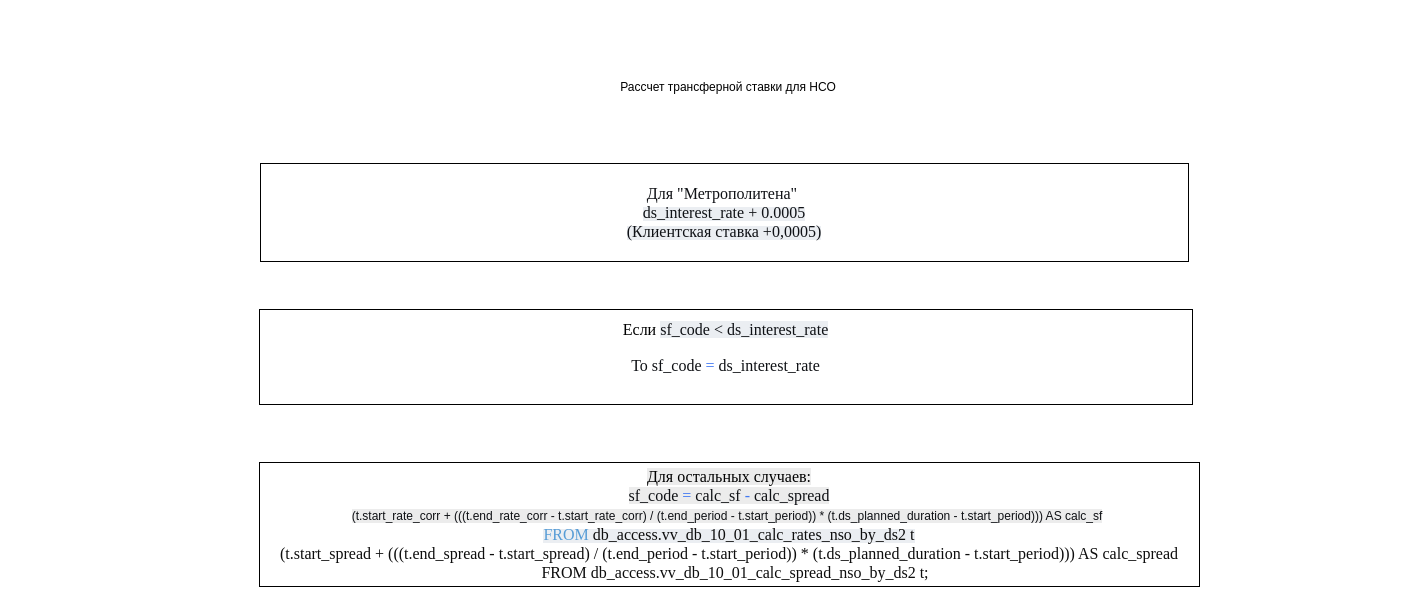
This is page "НСО" (2 of 3) of Диаграмма без названия.drawio from NATALYAAAAAAAA/potter, a draw.io file, before an edit. Source tidied: cells renumbered, new cells numbered last; positions are measured from the earlier drawing's top-left corner, leaving out a move shared by most shapes. Both pictures are drawn from the tidied source at 100%, with x=0, y=0 at pixel (259, 72).
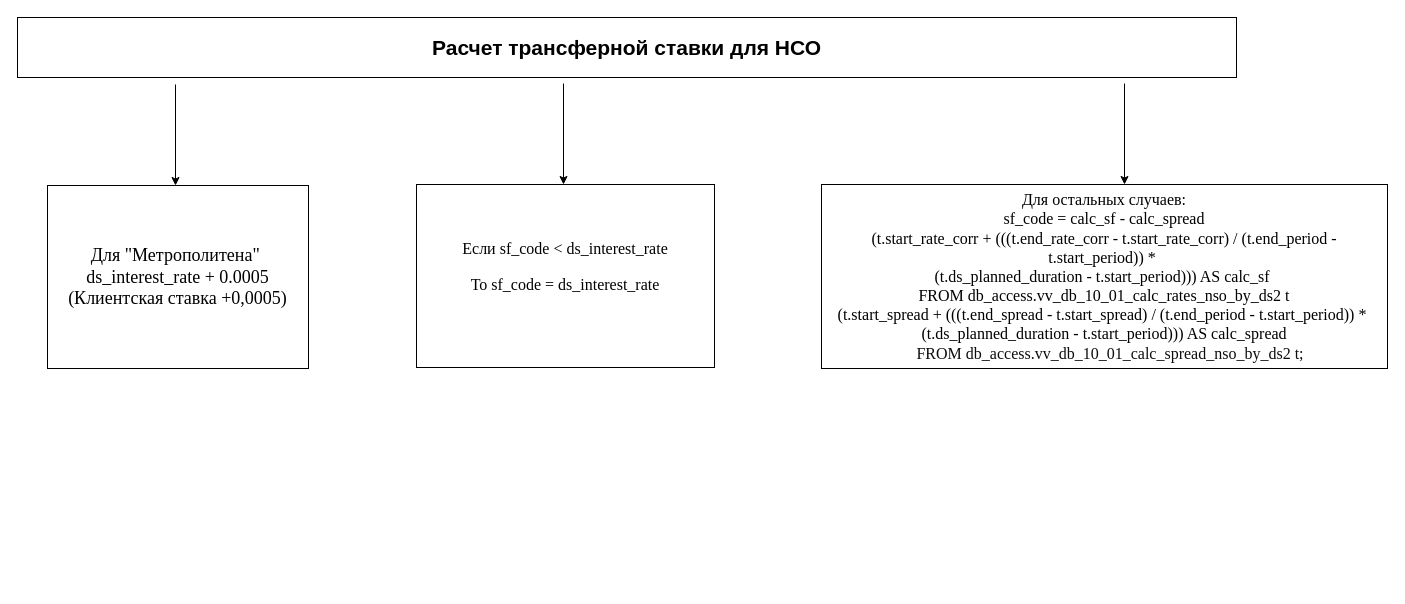
The same diagram, later.

Diff of the diagram source:
```diff
@@
 <mxGraphModel>
   <root>
     <mxCell id="0" />
     <mxCell id="1" parent="0" />
-    <mxCell id="2" value="&lt;span style=&quot;color: rgb(15, 17, 21); text-align: start; background-color: rgb(255, 255, 255);&quot;&gt;&lt;font style=&quot;font-size: 16px;&quot; face=&quot;Times New Roman&quot;&gt;Для &quot;Метрополитена&quot;&amp;nbsp;&lt;/font&gt;&lt;/span&gt;&lt;div&gt;&lt;span style=&quot;color: rgb(15, 17, 21); text-align: start; background-color: rgb(255, 255, 255);&quot;&gt;&lt;span style=&quot;background-color: rgb(235, 238, 242);&quot;&gt;&lt;font style=&quot;font-size: 16px;&quot; face=&quot;Times New Roman&quot;&gt;ds_interest_rate + 0.0005&lt;/font&gt;&lt;/span&gt;&lt;/span&gt;&lt;/div&gt;&lt;div&gt;&lt;span style=&quot;color: rgb(15, 17, 21); text-align: start; background-color: rgb(255, 255, 255);&quot;&gt;&lt;span style=&quot;background-color: rgb(235, 238, 242);&quot;&gt;&lt;font style=&quot;font-size: 16px;&quot; face=&quot;Times New Roman&quot;&gt;(Клиентская ставка +0,0005)&lt;/font&gt;&lt;/span&gt;&lt;/span&gt;&lt;/div&gt;" style="rounded=0;whiteSpace=wrap;html=1;" parent="1" vertex="1">
-      <mxGeometry x="1" y="91" width="928" height="98" as="geometry" />
+    <mxCell id="2" value="&lt;span style=&quot;text-align: start; background-color: light-dark(#ffffff, var(--ge-dark-color, #121212));&quot;&gt;&lt;font style=&quot;font-size: 18px;&quot; face=&quot;Times New Roman&quot;&gt;Для &quot;Метрополитена&quot;&amp;nbsp;&lt;/font&gt;&lt;/span&gt;&lt;div&gt;&lt;span style=&quot;text-align: start;&quot;&gt;&lt;span style=&quot;background-color: light-dark(#ffffff, var(--ge-dark-color, #121212));&quot;&gt;&lt;font style=&quot;font-size: 18px;&quot; face=&quot;Times New Roman&quot;&gt;ds_interest_rate + 0.0005&lt;/font&gt;&lt;/span&gt;&lt;/span&gt;&lt;/div&gt;&lt;div&gt;&lt;span style=&quot;text-align: start;&quot;&gt;&lt;span style=&quot;background-color: light-dark(#ffffff, var(--ge-dark-color, #121212));&quot;&gt;&lt;font style=&quot;font-size: 18px;&quot; face=&quot;Times New Roman&quot;&gt;(Клиентская ставка +0,0005)&lt;/font&gt;&lt;/span&gt;&lt;/span&gt;&lt;/div&gt;" style="rounded=0;whiteSpace=wrap;html=1;" parent="1" vertex="1">
+      <mxGeometry x="-212" y="113" width="261" height="183" as="geometry" />
     </mxCell>
-    <mxCell id="3" value="&lt;font style=&quot;font-size: 16px;&quot; face=&quot;Times New Roman&quot;&gt;Если&amp;nbsp;&lt;span style=&quot;color: rgb(15, 17, 21); background-color: rgb(235, 238, 242);&quot;&gt;sf_code &amp;lt; ds_interest_rate&lt;/span&gt;&lt;/font&gt;&lt;div&gt;&lt;div style=&quot;&quot;&gt;&lt;pre style=&quot;font-variant-numeric: normal; font-variant-east-asian: normal; font-variant-alternates: normal; font-size-adjust: none; font-language-override: normal; font-kerning: auto; font-optical-sizing: auto; font-feature-settings: normal; font-variation-settings: normal; font-variant-position: normal; font-variant-emoji: normal; font-stretch: normal; line-height: 22px; overflow: auto; text-wrap-mode: wrap; word-break: break-all; padding: 16px; color: rgb(15, 17, 21); margin: 0px !important;&quot;&gt;&lt;font style=&quot;font-size: 16px;&quot; face=&quot;Times New Roman&quot;&gt;То sf_code &lt;span class=&quot;token operator&quot; style=&quot;color: rgb(64, 120, 242);&quot;&gt;=&lt;/span&gt; ds_interest_rate&lt;/font&gt;&lt;/pre&gt;&lt;/div&gt;&lt;/div&gt;" style="rounded=0;whiteSpace=wrap;html=1;spacing=1;verticalAlign=middle;align=center;" parent="1" vertex="1">
-      <mxGeometry y="237" width="933" height="95" as="geometry" />
+    <mxCell id="3" value="&lt;font style=&quot;font-size: 16px; background-color: light-dark(#ffffff, var(--ge-dark-color, #121212));&quot; face=&quot;Times New Roman&quot;&gt;Если&amp;nbsp;&lt;span&gt;sf_code &amp;lt; ds_interest_rate&lt;/span&gt;&lt;/font&gt;&lt;div&gt;&lt;div style=&quot;&quot;&gt;&lt;pre style=&quot;font-variant-numeric: normal; font-variant-east-asian: normal; font-variant-alternates: normal; font-size-adjust: none; font-language-override: normal; font-kerning: auto; font-optical-sizing: auto; font-feature-settings: normal; font-variation-settings: normal; font-variant-position: normal; font-variant-emoji: normal; font-stretch: normal; line-height: 22px; overflow: auto; text-wrap-mode: wrap; word-break: break-all; padding: 16px; margin: 0px !important;&quot;&gt;&lt;font style=&quot;font-size: 16px; background-color: light-dark(#ffffff, var(--ge-dark-color, #121212));&quot; face=&quot;Times New Roman&quot;&gt;То sf_code &lt;span class=&quot;token operator&quot; style=&quot;&quot;&gt;=&lt;/span&gt; ds_interest_rate&lt;/font&gt;&lt;/pre&gt;&lt;/div&gt;&lt;/div&gt;" style="rounded=0;whiteSpace=wrap;html=1;spacing=1;verticalAlign=middle;align=center;" parent="1" vertex="1">
+      <mxGeometry x="157" y="112" width="298" height="183" as="geometry" />
     </mxCell>
-    <mxCell id="4" value="Рассчет трансферной ставки для НСО" style="text;html=1;whiteSpace=wrap;strokeColor=none;fillColor=none;align=center;verticalAlign=middle;rounded=0;" parent="1" vertex="1">
-      <mxGeometry x="300" width="338" height="30" as="geometry" />
-    </mxCell>
-    <mxCell id="5" value="&lt;span style=&quot;color: rgb(15, 17, 21); text-align: start; background-color: rgb(255, 255, 255);&quot;&gt;&lt;font face=&quot;Times New Roman&quot; style=&quot;color: rgb(0, 0, 0); text-align: center; background-color: rgb(236, 236, 236); font-size: 16px;&quot;&gt;Для остальных случаев:&lt;/font&gt;&lt;div style=&quot;color: rgb(0, 0, 0); text-align: center; background-color: rgb(236, 236, 236);&quot;&gt;&lt;/div&gt;&lt;span style=&quot;font-size: 16px; font-family: &amp;quot;Times New Roman&amp;quot;; background-color: rgb(236, 236, 236); color: light-dark(rgb(15, 17, 21), rgb(222, 223, 227)); text-align: center;&quot;&gt;sf_code &lt;/span&gt;&lt;span class=&quot;token operator&quot; style=&quot;font-size: 16px; font-family: &amp;quot;Times New Roman&amp;quot;; background-color: rgb(236, 236, 236); text-align: center; color: rgb(64, 120, 242);&quot;&gt;=&lt;/span&gt;&lt;span style=&quot;font-size: 16px; font-family: &amp;quot;Times New Roman&amp;quot;; background-color: rgb(236, 236, 236); color: light-dark(rgb(15, 17, 21), rgb(222, 223, 227)); text-align: center;&quot;&gt; calc_sf &lt;/span&gt;&lt;span class=&quot;token operator&quot; style=&quot;font-size: 16px; font-family: &amp;quot;Times New Roman&amp;quot;; background-color: rgb(236, 236, 236); text-align: center; color: rgb(64, 120, 242);&quot;&gt;-&lt;/span&gt;&lt;span style=&quot;font-size: 16px; font-family: &amp;quot;Times New Roman&amp;quot;; background-color: rgb(236, 236, 236); color: light-dark(rgb(15, 17, 21), rgb(222, 223, 227)); text-align: center;&quot;&gt; calc_spread&lt;/span&gt;&lt;br&gt;&lt;span style=&quot;background-color: rgb(236, 236, 236); color: light-dark(rgb(15, 17, 21), rgb(222, 223, 227)); text-align: center;&quot;&gt;(t.start_rate_corr + (((t.end_rate_corr - t.start_rate_corr) / (t.end_period - t.start_period)) * (t.ds_planned_duration - t.start_period))) AS calc_sf&lt;/span&gt;&lt;font face=&quot;Times New Roman&quot; style=&quot;font-size: 16px;&quot;&gt;&amp;nbsp;&lt;br&gt;&lt;/font&gt;&lt;/span&gt;&lt;div&gt;&lt;span style=&quot;color: rgb(15, 17, 21); text-align: start; background-color: rgb(255, 255, 255);&quot;&gt;&lt;span style=&quot;background-color: rgb(235, 238, 242);&quot;&gt;&lt;span style=&quot;background-color: transparent; text-align: center; font-family: &amp;quot;Times New Roman&amp;quot;; font-size: 16px; color: rgb(86, 156, 214);&quot;&gt;FROM&lt;/span&gt;&lt;span style=&quot;background-color: transparent; text-align: center; color: rgb(13, 13, 13); font-family: &amp;quot;Times New Roman&amp;quot;; font-size: 16px;&quot;&gt;&amp;nbsp;db_access.vv_db_10_01_calc_rates_nso_by_ds2 t&lt;/span&gt;&lt;/span&gt;&lt;/span&gt;&lt;/div&gt;&lt;div style=&quot;color: rgb(13, 13, 13); font-family: &amp;quot;Times New Roman&amp;quot;; font-size: 16px; white-space: pre;&quot;&gt;&lt;font style=&quot;background-color: rgb(255, 255, 255);&quot;&gt;(t.start_spread + (((t.end_spread - t.start_spread) / (t.end_period - t.start_period)) * (t.ds_planned_duration - t.start_period))) AS calc_spread&lt;/font&gt;&lt;/div&gt;&lt;div&gt;&lt;span style=&quot;color: rgb(15, 17, 21); text-align: start; background-color: rgb(255, 255, 255);&quot;&gt;&lt;span style=&quot;background-color: rgb(235, 238, 242);&quot;&gt;&lt;span style=&quot;background-color: light-dark(rgb(255, 255, 255), rgb(18, 18, 18)); color: rgb(13, 13, 13); font-family: &amp;quot;Times New Roman&amp;quot;; font-size: 16px; white-space: pre; text-align: center;&quot;&gt;&amp;nbsp; &amp;nbsp;FROM db_access.vv_db_10_01_calc_spread_nso_by_ds2 t;&lt;/span&gt;&lt;/span&gt;&lt;/span&gt;&lt;/div&gt;" style="rounded=0;whiteSpace=wrap;html=1;" parent="1" vertex="1">
-      <mxGeometry y="390" width="940" height="124" as="geometry" />
+    <mxCell id="5" value="&lt;span style=&quot;text-align: start; background-color: light-dark(#ffffff, var(--ge-dark-color, #121212));&quot;&gt;&lt;font face=&quot;Times New Roman&quot; style=&quot;font-size: 16px;&quot;&gt;&lt;font style=&quot;text-align: center;&quot;&gt;Для остальных случаев:&lt;/font&gt;&lt;div style=&quot;text-align: center;&quot;&gt;&lt;/div&gt;&lt;span style=&quot;text-align: center;&quot;&gt;sf_code &lt;/span&gt;&lt;span class=&quot;token operator&quot; style=&quot;text-align: center;&quot;&gt;=&lt;/span&gt;&lt;span style=&quot;text-align: center;&quot;&gt; calc_sf &lt;/span&gt;&lt;span class=&quot;token operator&quot; style=&quot;text-align: center;&quot;&gt;-&lt;/span&gt;&lt;span style=&quot;text-align: center;&quot;&gt; calc_spread&lt;/span&gt;&lt;br&gt;&lt;span style=&quot;text-align: center;&quot;&gt;(t.start_rate_corr + (((t.end_rate_corr - t.start_rate_corr) / (t.end_period - t.start_period)) *&amp;nbsp;&lt;/span&gt;&lt;/font&gt;&lt;/span&gt;&lt;div&gt;&lt;span style=&quot;text-align: start; background-color: light-dark(#ffffff, var(--ge-dark-color, #121212));&quot;&gt;&lt;font face=&quot;Times New Roman&quot; style=&quot;font-size: 16px;&quot;&gt;&lt;span style=&quot;text-align: center;&quot;&gt;(t.ds_planned_duration - t.start_period))) AS calc_sf&lt;/span&gt;&lt;font style=&quot;&quot;&gt;&amp;nbsp;&lt;br&gt;&lt;/font&gt;&lt;/font&gt;&lt;/span&gt;&lt;div&gt;&lt;span style=&quot;text-align: start;&quot;&gt;&lt;span style=&quot;background-color: light-dark(#ffffff, var(--ge-dark-color, #121212));&quot;&gt;&lt;font face=&quot;Times New Roman&quot; style=&quot;font-size: 16px;&quot;&gt;&lt;span style=&quot;text-align: center;&quot;&gt;FROM&lt;/span&gt;&lt;span style=&quot;text-align: center;&quot;&gt;&amp;nbsp;db_access.vv_db_10_01_calc_rates_nso_by_ds2 t&lt;/span&gt;&lt;/font&gt;&lt;/span&gt;&lt;/span&gt;&lt;/div&gt;&lt;div style=&quot;white-space: pre;&quot;&gt;&lt;font style=&quot;background-color: light-dark(#ffffff, var(--ge-dark-color, #121212)); font-size: 16px;&quot; face=&quot;Times New Roman&quot;&gt;(t.start_spread + (((t.end_spread - t.start_spread) / (t.end_period - t.start_period)) * &lt;/font&gt;&lt;/div&gt;&lt;div style=&quot;white-space: pre;&quot;&gt;&lt;font style=&quot;background-color: light-dark(#ffffff, var(--ge-dark-color, #121212)); font-size: 16px;&quot; face=&quot;Times New Roman&quot;&gt;(t.ds_planned_duration - t.start_period))) AS calc_spread&lt;/font&gt;&lt;/div&gt;&lt;div&gt;&lt;span style=&quot;text-align: start;&quot;&gt;&lt;span style=&quot;white-space: pre; text-align: center; background-color: light-dark(#ffffff, var(--ge-dark-color, #121212)); color: rgb(13, 13, 13);&quot;&gt;&lt;font face=&quot;Times New Roman&quot; style=&quot;font-size: 16px;&quot;&gt;&amp;nbsp; &amp;nbsp;FROM db_access.vv_db_10_01_calc_spread_nso_by_ds2 t;&lt;/font&gt;&lt;/span&gt;&lt;/span&gt;&lt;/div&gt;&lt;/div&gt;" style="rounded=0;whiteSpace=wrap;html=1;" parent="1" vertex="1">
+      <mxGeometry x="562" y="112" width="566" height="184" as="geometry" />
     </mxCell>
+    <mxCell id="6" style="edgeStyle=orthogonalEdgeStyle;rounded=0;orthogonalLoop=1;jettySize=auto;html=1;" parent="1" edge="1">
+      <mxGeometry relative="1" as="geometry">
+        <mxPoint x="304" y="11" as="sourcePoint" />
+        <mxPoint x="304" y="112" as="targetPoint" />
+      </mxGeometry>
+    </mxCell>
+    <mxCell id="7" value="&lt;font style=&quot;font-size: 21px;&quot;&gt;Расчет трансферной ставки для НСО&lt;/font&gt;" style="rounded=0;whiteSpace=wrap;html=1;fontStyle=1;" parent="1" vertex="1">
+      <mxGeometry x="-242" y="-55" width="1219" height="60" as="geometry" />
+    </mxCell>
+    <mxCell id="8" style="edgeStyle=orthogonalEdgeStyle;rounded=0;orthogonalLoop=1;jettySize=auto;html=1;" parent="1" edge="1">
+      <mxGeometry relative="1" as="geometry">
+        <mxPoint x="865" y="11" as="sourcePoint" />
+        <mxPoint x="865" y="112" as="targetPoint" />
+      </mxGeometry>
+    </mxCell>
+    <mxCell id="9" style="edgeStyle=orthogonalEdgeStyle;rounded=0;orthogonalLoop=1;jettySize=auto;html=1;" parent="1" edge="1">
+      <mxGeometry relative="1" as="geometry">
+        <mxPoint x="-84" y="12" as="sourcePoint" />
+        <mxPoint x="-84" y="113" as="targetPoint" />
+      </mxGeometry>
+    </mxCell>
   </root>
 </mxGraphModel>
```
